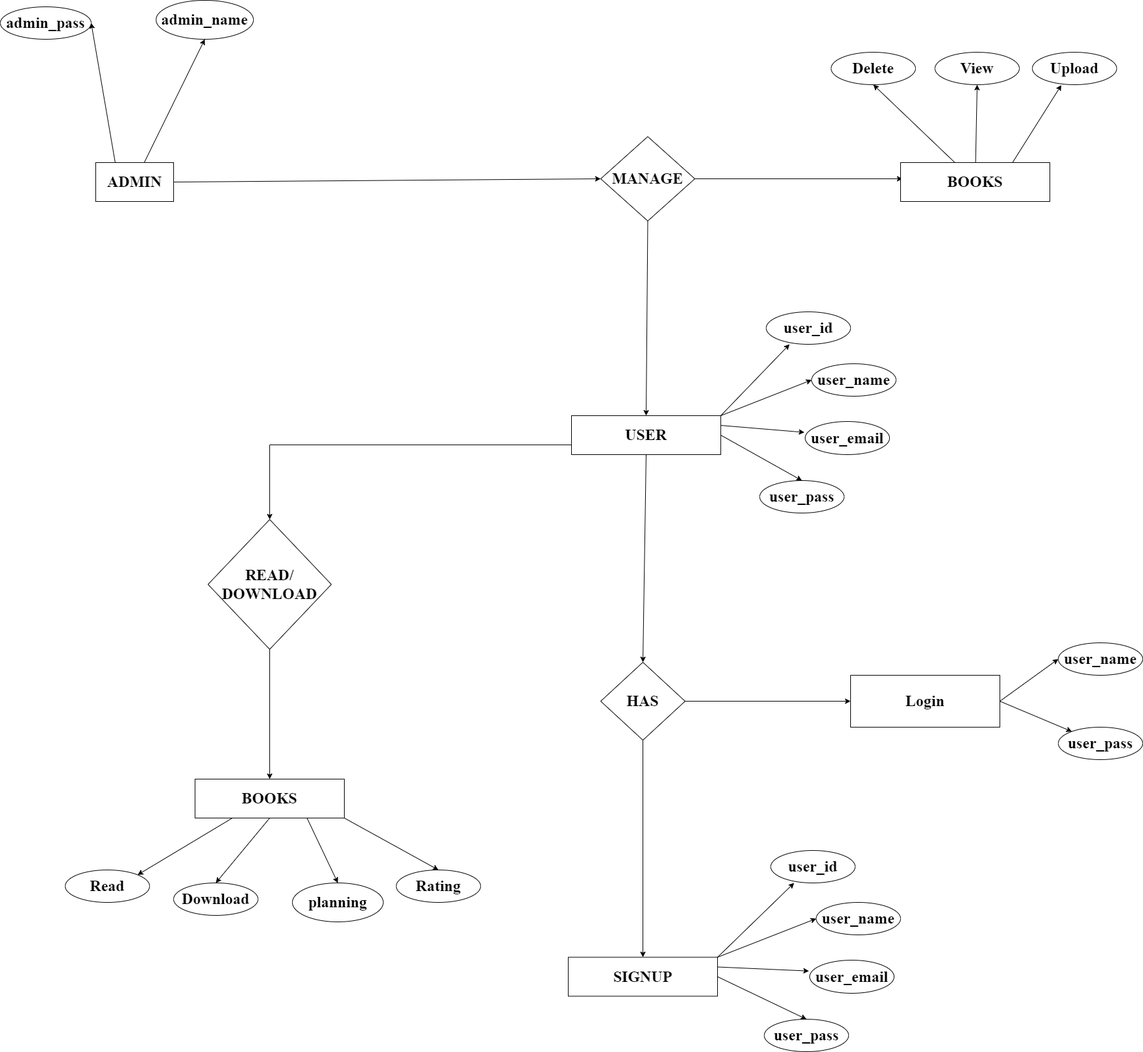
The draw.io diagram Diagrams/ER-Diagram.png in prathamjc/TY-project, before a commit. Source tidied: cells renumbered, new cells last; positions are measured from the earlier drawing's top-left corner, leaving out a move shared by most shapes.
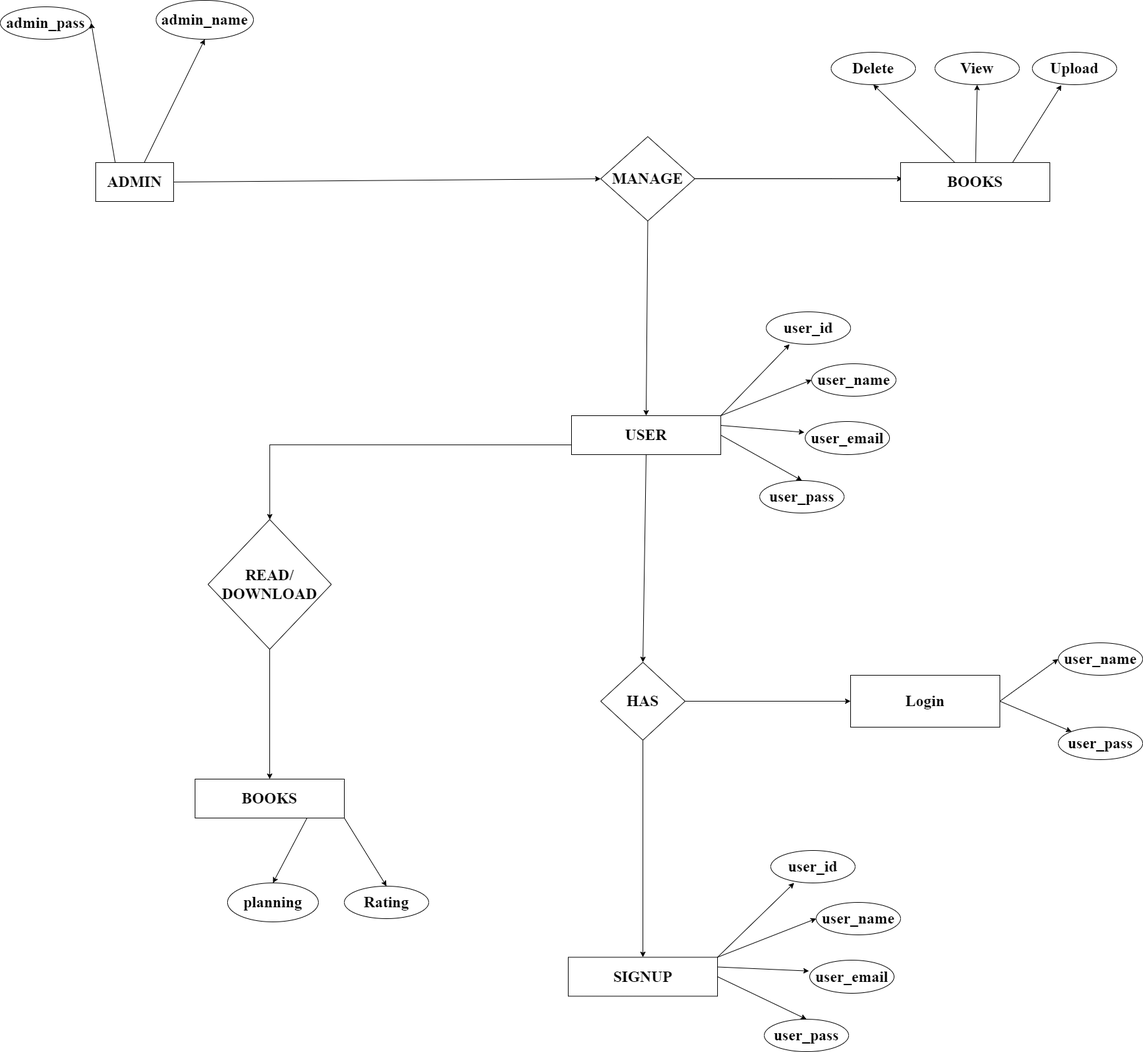
After the change.

What changed in the source:
```diff
@@ -102,21 +102,12 @@
     <mxCell id="33" style="endArrow=classic;html=1;rounded=0;fontFamily=Times New Roman;fontSize=24;exitX=0.5;exitY=1;exitDx=0;exitDy=0;entryX=0.5;entryY=0;entryDx=0;entryDy=0;labelBackgroundColor=none;fontColor=default;fontStyle=1;" parent="1" edge="1" source="30" target="32">
       <mxGeometry relative="1" as="geometry" />
     </mxCell>
-    <mxCell id="34" value="Download" style="ellipse;whiteSpace=wrap;html=1;rounded=0;fontFamily=Times New Roman;fontSize=24;labelBackgroundColor=none;fontStyle=1;" parent="1" vertex="1">
-      <mxGeometry x="267" y="1360" width="130" height="50" as="geometry" />
-    </mxCell>
     <mxCell id="35" value="planning" style="ellipse;whiteSpace=wrap;html=1;rounded=0;fontFamily=Times New Roman;fontSize=24;labelBackgroundColor=none;fontStyle=1;" parent="1" vertex="1">
-      <mxGeometry x="450" y="1360" width="140" height="60" as="geometry" />
+      <mxGeometry x="350" y="1360" width="140" height="60" as="geometry" />
     </mxCell>
     <mxCell id="36" value="Rating" style="ellipse;whiteSpace=wrap;html=1;rounded=0;fontFamily=Times New Roman;fontSize=24;labelBackgroundColor=none;fontStyle=1;" parent="1" vertex="1">
-      <mxGeometry x="610" y="1340" width="130" height="50" as="geometry" />
+      <mxGeometry x="530" y="1365" width="130" height="50" as="geometry" />
     </mxCell>
-    <mxCell id="37" style="endArrow=classic;html=1;rounded=0;fontFamily=Times New Roman;fontSize=24;exitX=0.25;exitY=1;exitDx=0;exitDy=0;labelBackgroundColor=none;fontColor=default;fontStyle=1;entryX=1;entryY=0;entryDx=0;entryDy=0;" parent="1" edge="1" source="32" target="47">
-      <mxGeometry relative="1" as="geometry" />
-    </mxCell>
-    <mxCell id="38" style="endArrow=classic;html=1;rounded=0;fontFamily=Times New Roman;fontSize=24;exitX=0.5;exitY=1;exitDx=0;exitDy=0;entryX=0.5;entryY=0;entryDx=0;entryDy=0;labelBackgroundColor=none;fontColor=default;fontStyle=1;" parent="1" edge="1" source="32" target="34">
-      <mxGeometry relative="1" as="geometry" />
-    </mxCell>
     <mxCell id="39" style="endArrow=classic;html=1;rounded=0;fontFamily=Times New Roman;fontSize=24;exitX=0.75;exitY=1;exitDx=0;exitDy=0;entryX=0.5;entryY=0;entryDx=0;entryDy=0;labelBackgroundColor=none;fontColor=default;fontStyle=1;" parent="1" edge="1" source="32" target="35">
       <mxGeometry relative="1" as="geometry" />
     </mxCell>
@@ -141,9 +132,6 @@
     <mxCell id="46" style="endArrow=classic;html=1;rounded=0;fontFamily=Times New Roman;fontSize=24;entryX=0.5;entryY=1;entryDx=0;entryDy=0;labelBackgroundColor=none;fontColor=default;fontStyle=1;" parent="1" edge="1" source="31" target="45">
       <mxGeometry relative="1" as="geometry" />
     </mxCell>
-    <mxCell id="47" value="Read" style="ellipse;whiteSpace=wrap;html=1;rounded=0;fontFamily=Times New Roman;fontSize=24;labelBackgroundColor=none;fontStyle=1;" parent="1" vertex="1">
-      <mxGeometry x="100" y="1340" width="130" height="50" as="geometry" />
-    </mxCell>
     <mxCell id="48" value="SIGNUP" style="rounded=0;whiteSpace=wrap;html=1;fontFamily=Times New Roman;fontSize=24;labelBackgroundColor=none;fontStyle=1;" parent="1" vertex="1">
       <mxGeometry x="875" y="1474.5" width="230" height="60" as="geometry" />
     </mxCell>
```
